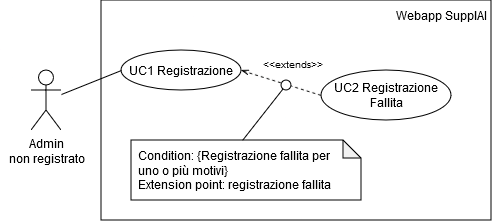
Above: 2 - RTB/imgs/UC1-Registrazione.png in CodeHex16/documentazione (draw.io), before the change. Source tidied: cells renumbered, new cells last; positions are measured from the earlier drawing's top-left corner, leaving out a move shared by most shapes.
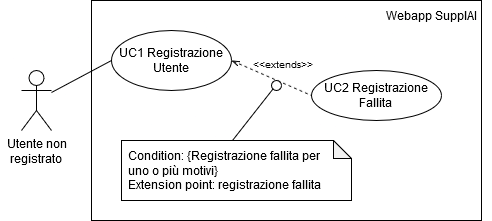
The same file after the commit.

Diff of the diagram source:
```diff
@@ -5,19 +5,19 @@
     <mxCell id="2" style="rounded=0;whiteSpace=wrap;html=1;fillColor=none;align=right;" parent="1" vertex="1">
       <mxGeometry x="101" width="390" height="220" as="geometry" />
     </mxCell>
-    <mxCell id="3" value="&lt;div&gt;Admin&lt;/div&gt;&lt;div&gt;non registrato&lt;/div&gt;&lt;div&gt;&lt;br&gt;&lt;/div&gt;" style="shape=umlActor;verticalLabelPosition=bottom;verticalAlign=top;html=1;outlineConnect=0;" parent="1" vertex="1">
+    <mxCell id="3" value="&lt;div&gt;Utente non&lt;/div&gt;&lt;div&gt;registrato&lt;br&gt;&lt;/div&gt;" style="shape=umlActor;verticalLabelPosition=bottom;verticalAlign=top;html=1;outlineConnect=0;" parent="1" vertex="1">
       <mxGeometry x="31" y="70" width="30" height="60" as="geometry" />
     </mxCell>
     <mxCell id="4" style="rounded=0;jettySize=auto;html=1;exitX=1;exitY=0.5;exitDx=0;exitDy=0;entryX=0;entryY=0.5;entryDx=0;entryDy=0;endArrow=none;endFill=0;dashed=1;startArrow=openThin;startFill=0;" parent="1" edge="1" source="5" target="7">
       <mxGeometry relative="1" as="geometry" />
     </mxCell>
-    <mxCell id="5" value="UC1 Registrazione" style="ellipse;whiteSpace=wrap;html=1;" parent="1" vertex="1">
-      <mxGeometry x="121" y="50" width="120" height="40" as="geometry" />
+    <mxCell id="5" value="&lt;div&gt;UC1 Registrazione&lt;/div&gt;&lt;div&gt;Utente&lt;br&gt;&lt;/div&gt;" style="ellipse;whiteSpace=wrap;html=1;" parent="1" vertex="1">
+      <mxGeometry x="121" y="30" width="120" height="60" as="geometry" />
     </mxCell>
     <mxCell id="6" style="endArrow=none;html=1;rounded=0;entryX=0;entryY=0.5;entryDx=0;entryDy=0;" parent="1" edge="1" source="3" target="5">
       <mxGeometry relative="1" as="geometry" />
     </mxCell>
-    <mxCell id="7" value="UC2 Registrazione Fallita" style="ellipse;whiteSpace=wrap;html=1;" parent="1" vertex="1">
+    <mxCell id="7" value="&lt;div&gt;UC2 Registrazione&lt;/div&gt;&lt;div&gt;Fallita&lt;br&gt;&lt;/div&gt;" style="ellipse;whiteSpace=wrap;html=1;" parent="1" vertex="1">
       <mxGeometry x="321" y="70" width="130" height="50" as="geometry" />
     </mxCell>
     <mxCell id="8" value="&lt;font style=&quot;font-size: 10px;&quot;&gt;&amp;lt;&amp;lt;extends&amp;gt;&amp;gt;&lt;/font&gt;" style="text;html=1;whiteSpace=wrap;overflow=hidden;rounded=0;" parent="1" vertex="1">
@@ -36,7 +36,7 @@
       <mxGeometry x="281" y="80" width="10" height="10" as="geometry" />
     </mxCell>
     <mxCell id="13" style="rounded=0;whiteSpace=wrap;html=1;fillColor=none;strokeColor=none;" parent="1" vertex="1">
-      <mxGeometry y="79" width="10" height="45" as="geometry" />
+      <mxGeometry x="10" y="89" width="10" height="45" as="geometry" />
     </mxCell>
   </root>
 </mxGraphModel>
```
